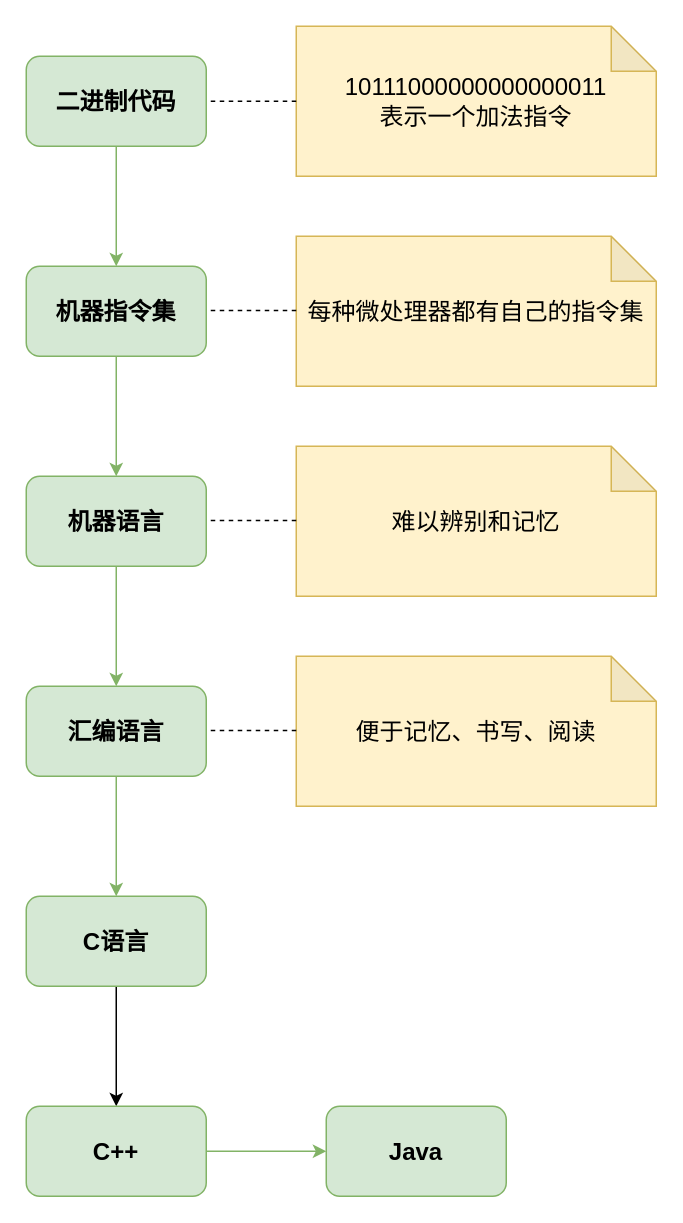
The draw.io diagram 语言流程图.drawio in Garsonw/flow-chart, before the edit. Source tidied: cells renumbered, new cells numbered last; positions are measured from the earlier drawing's top-left corner, leaving out a move shared by most shapes. Both pictures are drawn from the tidied source at 150%, with x=0, y=0 at pixel (26, 26).
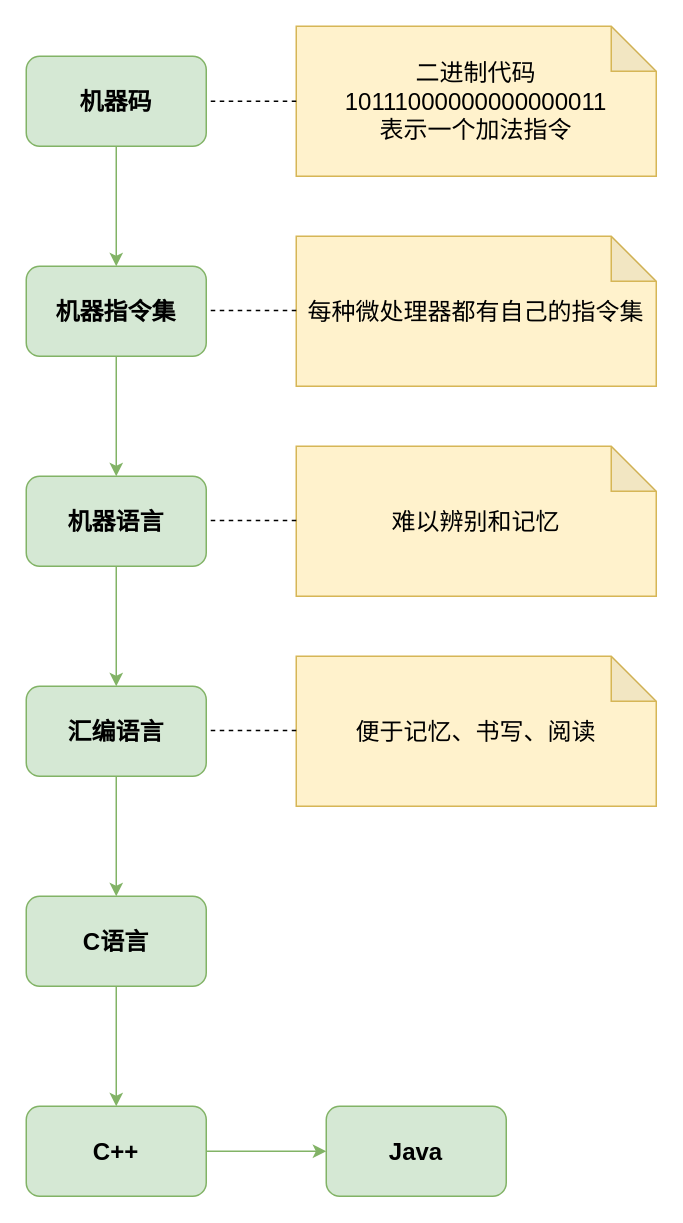
After the change.

Commit message:
更新语言流程图.drawio

The change refers to these unchanged cells:
```xml
<mxCell id="11" value="C语言" style="whiteSpace=wrap;html=1;rounded=1;strokeWidth=1;fontSize=16;fontStyle=1;fillColor=#d5e8d4;strokeColor=#82b366;" parent="1" vertex="1">
  <mxGeometry y="580" width="120" height="60" as="geometry" />
</mxCell>
<mxCell id="13" value="C++" style="whiteSpace=wrap;html=1;rounded=1;strokeWidth=1;fontSize=16;fontStyle=1;fillColor=#d5e8d4;strokeColor=#82b366;" parent="1" vertex="1">
  <mxGeometry y="720" width="120" height="60" as="geometry" />
</mxCell>
```

What changed in the source:
```diff
@@
-    <mxCell id="3" value="二进制代码" style="rounded=1;whiteSpace=wrap;html=1;strokeWidth=1;fontSize=16;fontStyle=1;fillColor=#d5e8d4;strokeColor=#82b366;" parent="1" vertex="1">
+    <mxCell id="3" value="机器码" style="rounded=1;whiteSpace=wrap;html=1;strokeWidth=1;fontSize=16;fontStyle=1;fillColor=#d5e8d4;strokeColor=#82b366;" parent="1" vertex="1">
       <mxGeometry y="20" width="120" height="60" as="geometry" />
     </mxCell>
@@
-    <mxCell id="10" style="edgeStyle=orthogonalEdgeStyle;rounded=0;jettySize=auto;html=1;strokeWidth=1;fontSize=16;fontStyle=1;" parent="1" edge="1" source="11" target="13">
-      <mxGeometry relative="1" as="geometry" />
-    </mxCell>
@@
-    <mxCell id="15" value="&lt;font style=&quot;font-size: 16px&quot;&gt;10111000000000000011&lt;br&gt;表示一个加法指令&lt;br&gt;&lt;/font&gt;" style="shape=note;whiteSpace=wrap;html=1;backgroundOutline=1;darkOpacity=0.05;fillColor=#fff2cc;strokeColor=#d6b656;" parent="1" vertex="1">
+    <mxCell id="15" value="&lt;font style=&quot;font-size: 16px&quot;&gt;二进制代码10111000000000000011&lt;br&gt;表示一个加法指令&lt;br&gt;&lt;/font&gt;" style="shape=note;whiteSpace=wrap;html=1;backgroundOutline=1;darkOpacity=0.05;fillColor=#fff2cc;strokeColor=#d6b656;" parent="1" vertex="1">
       <mxGeometry x="180" width="240" height="100" as="geometry" />
     </mxCell>
@@
+    <mxCell id="10" style="edgeStyle=orthogonalEdgeStyle;rounded=0;jettySize=auto;html=1;strokeWidth=1;fontSize=16;fontStyle=1;fillColor=#d5e8d4;strokeColor=#82b366;exitX=0.5;exitY=1;exitDx=0;exitDy=0;entryX=0.5;entryY=0;entryDx=0;entryDy=0;" parent="1" edge="1" source="11" target="13">
+      <mxGeometry relative="1" as="geometry">
+        <Array as="points">
+          <mxPoint x="60" y="680" />
+          <mxPoint x="60" y="680" />
+        </Array>
+      </mxGeometry>
+    </mxCell>
```
